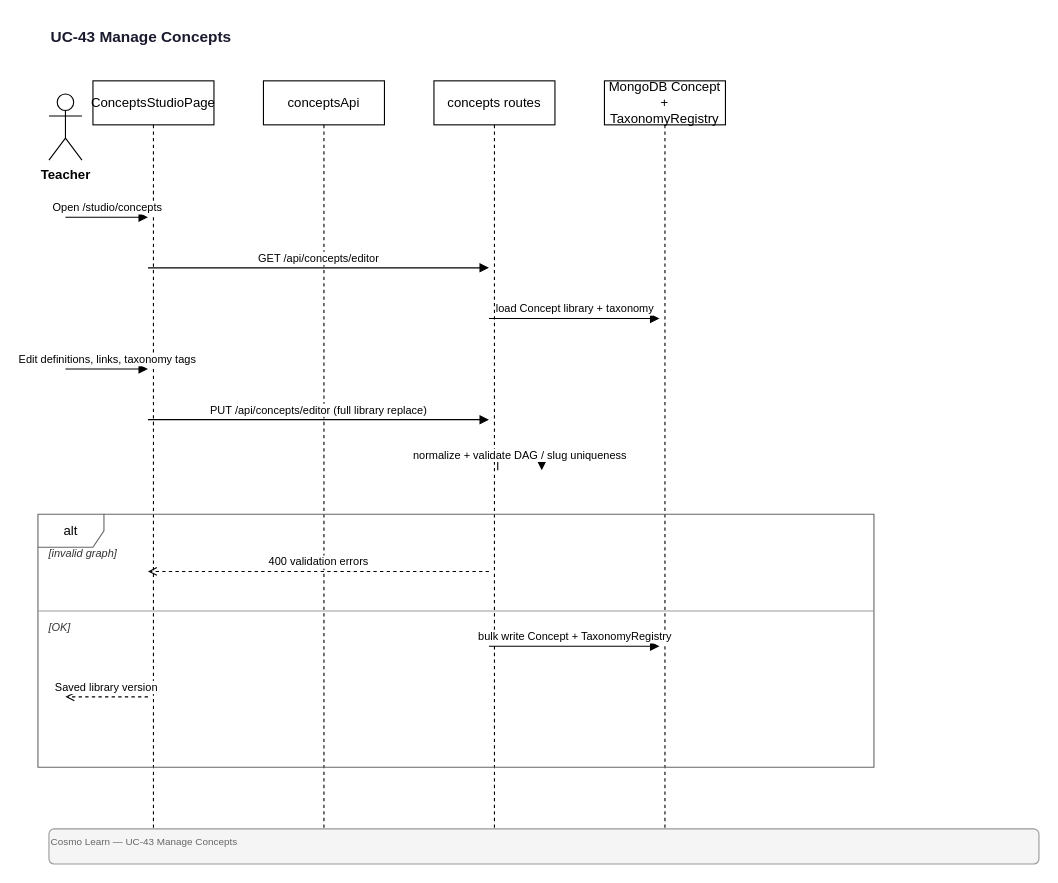
This is docs/diagrams/sequence/UC-43-Manage-Concepts.drawio from quangg1/ASTRO_EDU, a draw.io file, before an edit. Source tidied: cells renumbered, new cells numbered last; positions are measured from the earlier drawing's top-left corner, leaving out a move shared by most shapes. Both pictures are drawn from the tidied source at 110%, with x=0, y=0 at pixel (37, 19).
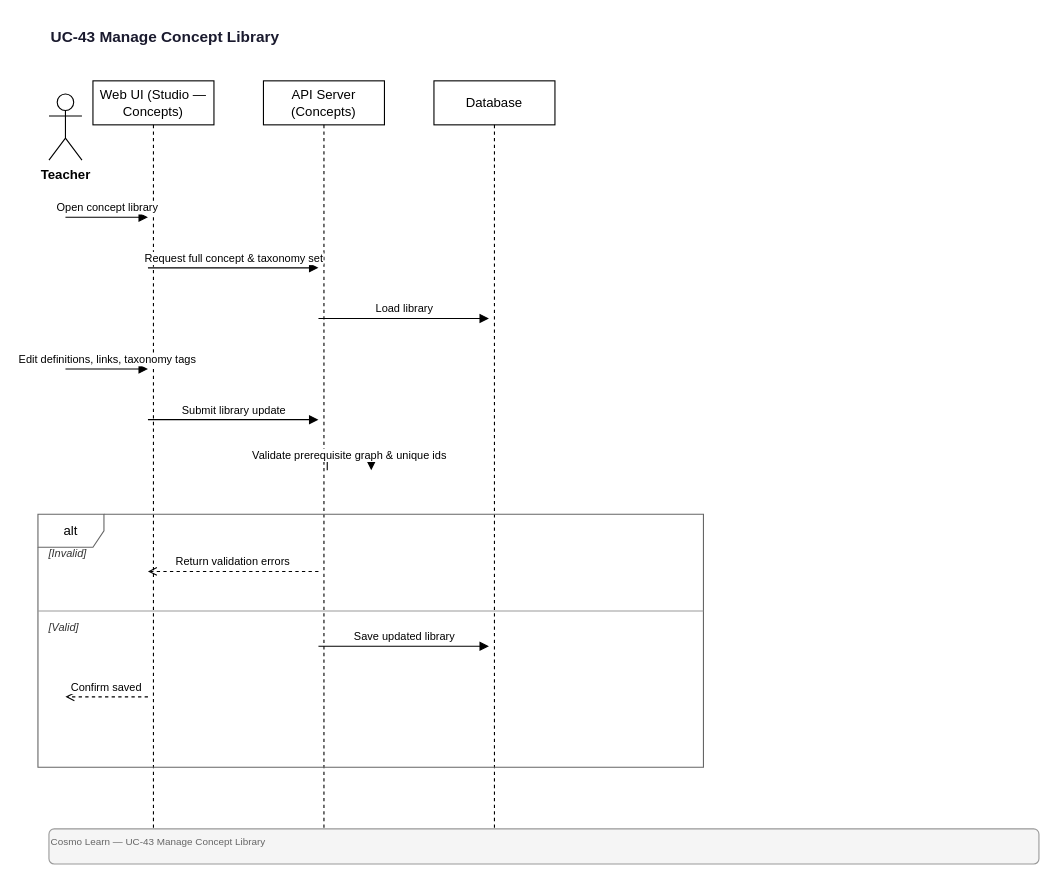
Above is the later version.

Change to the diagram source:
```diff
@@
-    <mxCell id="2" value="UC-43 Manage Concepts" style="text;html=1;strokeColor=none;fillColor=none;align=left;verticalAlign=middle;fontSize=14;fontStyle=1;fontColor=#1a1a2e;" parent="1" vertex="1">
+    <mxCell id="2" value="UC-43 Manage Concept Library" style="text;html=1;strokeColor=none;fillColor=none;align=left;verticalAlign=middle;fontSize=14;fontStyle=1;fontColor=#1a1a2e;" parent="1" vertex="1">
       <mxGeometry x="10" width="900" height="32" as="geometry" />
     </mxCell>
@@
-    <mxCell id="4" value="ConceptsStudioPage" style="shape=umlLifeline;perimeter=lifelinePerimeter;whiteSpace=wrap;html=1;size=40;" parent="1" vertex="1">
-      <mxGeometry x="50" y="56" width="110" height="682" as="geometry" />
-    </mxCell>
-    <mxCell id="5" value="conceptsApi" style="shape=umlLifeline;perimeter=lifelinePerimeter;whiteSpace=wrap;html=1;size=40;" parent="1" vertex="1">
-      <mxGeometry x="205" y="56" width="110" height="682" as="geometry" />
-    </mxCell>
-    <mxCell id="6" value="concepts routes" style="shape=umlLifeline;perimeter=lifelinePerimeter;whiteSpace=wrap;html=1;size=40;" parent="1" vertex="1">
-      <mxGeometry x="360" y="56" width="110" height="682" as="geometry" />
-    </mxCell>
+    <mxCell id="22" value="Web UI (Studio — Concepts)" style="shape=umlLifeline;perimeter=lifelinePerimeter;whiteSpace=wrap;html=1;size=40;" parent="1" vertex="1">
+      <mxGeometry x="50" y="56" width="110" height="682" as="geometry" />
+    </mxCell>
+    <mxCell id="23" value="API Server (Concepts)" style="shape=umlLifeline;perimeter=lifelinePerimeter;whiteSpace=wrap;html=1;size=40;" parent="1" vertex="1">
+      <mxGeometry x="205" y="56" width="110" height="682" as="geometry" />
+    </mxCell>
-    <mxCell id="7" value="MongoDB Concept + TaxonomyRegistry" style="shape=umlLifeline;perimeter=lifelinePerimeter;whiteSpace=wrap;html=1;size=40;" parent="1" vertex="1">
-      <mxGeometry x="515" y="56" width="110" height="682" as="geometry" />
+    <mxCell id="7" value="Database" style="shape=umlLifeline;perimeter=lifelinePerimeter;whiteSpace=wrap;html=1;size=40;" parent="1" vertex="1">
+      <mxGeometry x="360" y="56" width="110" height="682" as="geometry" />
     </mxCell>
-    <mxCell id="8" value="Open /studio/concepts" style="endArrow=block;endFill=1;html=1;fontSize=10;verticalAlign=bottom;" parent="1" edge="1">
+    <mxCell id="8" value="Open concept library" style="endArrow=block;endFill=1;html=1;fontSize=10;verticalAlign=bottom;" parent="1" edge="1">
       <mxGeometry relative="1" as="geometry">
         <mxPoint x="25" y="180" as="sourcePoint" />
         <mxPoint x="100" y="180" as="targetPoint" />
       </mxGeometry>
     </mxCell>
-    <mxCell id="9" value="GET /api/concepts/editor" style="endArrow=block;endFill=1;html=1;fontSize=10;verticalAlign=bottom;" parent="1" edge="1">
+    <mxCell id="9" value="Request full concept &amp; taxonomy set" style="endArrow=block;endFill=1;html=1;fontSize=10;verticalAlign=bottom;" parent="1" edge="1">
       <mxGeometry relative="1" as="geometry">
         <mxPoint x="100" y="226" as="sourcePoint" />
-        <mxPoint x="410" y="226" as="targetPoint" />
+        <mxPoint x="255" y="226" as="targetPoint" />
       </mxGeometry>
     </mxCell>
-    <mxCell id="10" value="load Concept library + taxonomy" style="endArrow=block;endFill=1;html=1;fontSize=10;verticalAlign=bottom;" parent="1" edge="1">
+    <mxCell id="10" value="Load library" style="endArrow=block;endFill=1;html=1;fontSize=10;verticalAlign=bottom;" parent="1" edge="1">
       <mxGeometry relative="1" as="geometry">
-        <mxPoint x="410" y="272" as="sourcePoint" />
-        <mxPoint x="565" y="272" as="targetPoint" />
+        <mxPoint x="255" y="272" as="sourcePoint" />
+        <mxPoint x="410" y="272" as="targetPoint" />
       </mxGeometry>
     </mxCell>
@@
-    <mxCell id="12" value="PUT /api/concepts/editor (full library replace)" style="endArrow=block;endFill=1;html=1;fontSize=10;verticalAlign=bottom;" parent="1" edge="1">
+    <mxCell id="12" value="Submit library update" style="endArrow=block;endFill=1;html=1;fontSize=10;verticalAlign=bottom;" parent="1" edge="1">
       <mxGeometry relative="1" as="geometry">
         <mxPoint x="100" y="364" as="sourcePoint" />
-        <mxPoint x="410" y="364" as="targetPoint" />
+        <mxPoint x="255" y="364" as="targetPoint" />
       </mxGeometry>
     </mxCell>
-    <mxCell id="13" value="normalize + validate DAG / slug uniqueness" style="endArrow=block;endFill=1;html=1;fontSize=10;edgeStyle=orthogonalEdgeStyle;rounded=0;" parent="1" edge="1">
+    <mxCell id="13" value="Validate prerequisite graph &amp; unique ids" style="endArrow=block;endFill=1;html=1;fontSize=10;edgeStyle=orthogonalEdgeStyle;rounded=0;" parent="1" edge="1">
       <mxGeometry relative="1" as="geometry">
-        <mxPoint x="418" y="410" as="sourcePoint" />
-        <mxPoint x="458" y="410" as="targetPoint" />
+        <mxPoint x="263" y="410" as="sourcePoint" />
+        <mxPoint x="303" y="410" as="targetPoint" />
         <Array as="points">
-          <mxPoint x="458" y="396" />
-          <mxPoint x="418" y="396" />
+          <mxPoint x="303" y="396" />
+          <mxPoint x="263" y="396" />
         </Array>
       </mxGeometry>
     </mxCell>
     <mxCell id="14" value="alt" style="shape=umlFrame;whiteSpace=wrap;html=1;fillColor=none;strokeColor=#666666;" parent="1" vertex="1">
-      <mxGeometry y="450" width="760" height="230" as="geometry" />
+      <mxGeometry y="450" width="605" height="230" as="geometry" />
     </mxCell>
-    <mxCell id="15" value="[invalid graph]" style="text;html=1;strokeColor=none;fillColor=none;align=left;verticalAlign=middle;fontSize=10;fontStyle=2;fontColor=#333333;" parent="1" vertex="1">
-      <mxGeometry x="8" y="476" width="744" height="18" as="geometry" />
+    <mxCell id="15" value="[Invalid]" style="text;html=1;strokeColor=none;fillColor=none;align=left;verticalAlign=middle;fontSize=10;fontStyle=2;fontColor=#333333;" parent="1" vertex="1">
+      <mxGeometry x="8" y="476" width="589" height="18" as="geometry" />
     </mxCell>
-    <mxCell id="16" value="400 validation errors" style="endArrow=open;endFill=0;html=1;dashed=1;fontSize=10;verticalAlign=bottom;" parent="1" edge="1">
+    <mxCell id="16" value="Return validation errors" style="endArrow=open;endFill=0;html=1;dashed=1;fontSize=10;verticalAlign=bottom;" parent="1" edge="1">
       <mxGeometry relative="1" as="geometry">
-        <mxPoint x="410" y="502" as="sourcePoint" />
+        <mxPoint x="255" y="502" as="sourcePoint" />
         <mxPoint x="100" y="502" as="targetPoint" />
       </mxGeometry>
     </mxCell>
-    <mxCell id="17" value="[OK]" style="text;html=1;strokeColor=none;fillColor=none;align=left;verticalAlign=middle;fontSize=10;fontStyle=2;fontColor=#333333;" parent="1" vertex="1">
-      <mxGeometry x="8" y="544" width="744" height="18" as="geometry" />
+    <mxCell id="17" value="[Valid]" style="text;html=1;strokeColor=none;fillColor=none;align=left;verticalAlign=middle;fontSize=10;fontStyle=2;fontColor=#333333;" parent="1" vertex="1">
+      <mxGeometry x="8" y="544" width="589" height="18" as="geometry" />
     </mxCell>
     <mxCell id="18" style="endArrow=none;html=1;strokeWidth=1;strokeColor=#999999;" parent="1" edge="1">
       <mxGeometry relative="1" as="geometry">
         <mxPoint y="538" as="sourcePoint" />
-        <mxPoint x="760" y="538" as="targetPoint" />
+        <mxPoint x="605" y="538" as="targetPoint" />
       </mxGeometry>
     </mxCell>
-    <mxCell id="19" value="bulk write Concept + TaxonomyRegistry" style="endArrow=block;endFill=1;html=1;fontSize=10;verticalAlign=bottom;" parent="1" edge="1">
+    <mxCell id="19" value="Save updated library" style="endArrow=block;endFill=1;html=1;fontSize=10;verticalAlign=bottom;" parent="1" edge="1">
       <mxGeometry relative="1" as="geometry">
-        <mxPoint x="410" y="570" as="sourcePoint" />
-        <mxPoint x="565" y="570" as="targetPoint" />
+        <mxPoint x="255" y="570" as="sourcePoint" />
+        <mxPoint x="410" y="570" as="targetPoint" />
       </mxGeometry>
     </mxCell>
-    <mxCell id="20" value="Saved library version" style="endArrow=open;endFill=0;html=1;dashed=1;fontSize=10;verticalAlign=bottom;" parent="1" edge="1">
+    <mxCell id="20" value="Confirm saved" style="endArrow=open;endFill=0;html=1;dashed=1;fontSize=10;verticalAlign=bottom;" parent="1" edge="1">
       <mxGeometry relative="1" as="geometry">
         <mxPoint x="100" y="616" as="sourcePoint" />
         <mxPoint x="25" y="616" as="targetPoint" />
       </mxGeometry>
     </mxCell>
-    <mxCell id="21" value="Cosmo Learn — UC-43 Manage Concepts" style="text;html=1;strokeColor=#999;fillColor=#f5f5f5;align=left;verticalAlign=top;fontSize=9;fontColor=#666;rounded=1;" parent="1" vertex="1">
+    <mxCell id="21" value="Cosmo Learn — UC-43 Manage Concept Library" style="text;html=1;strokeColor=#999;fillColor=#f5f5f5;align=left;verticalAlign=top;fontSize=9;fontColor=#666;rounded=1;" parent="1" vertex="1">
       <mxGeometry x="10" y="736" width="900" height="32" as="geometry" />
     </mxCell>
```
